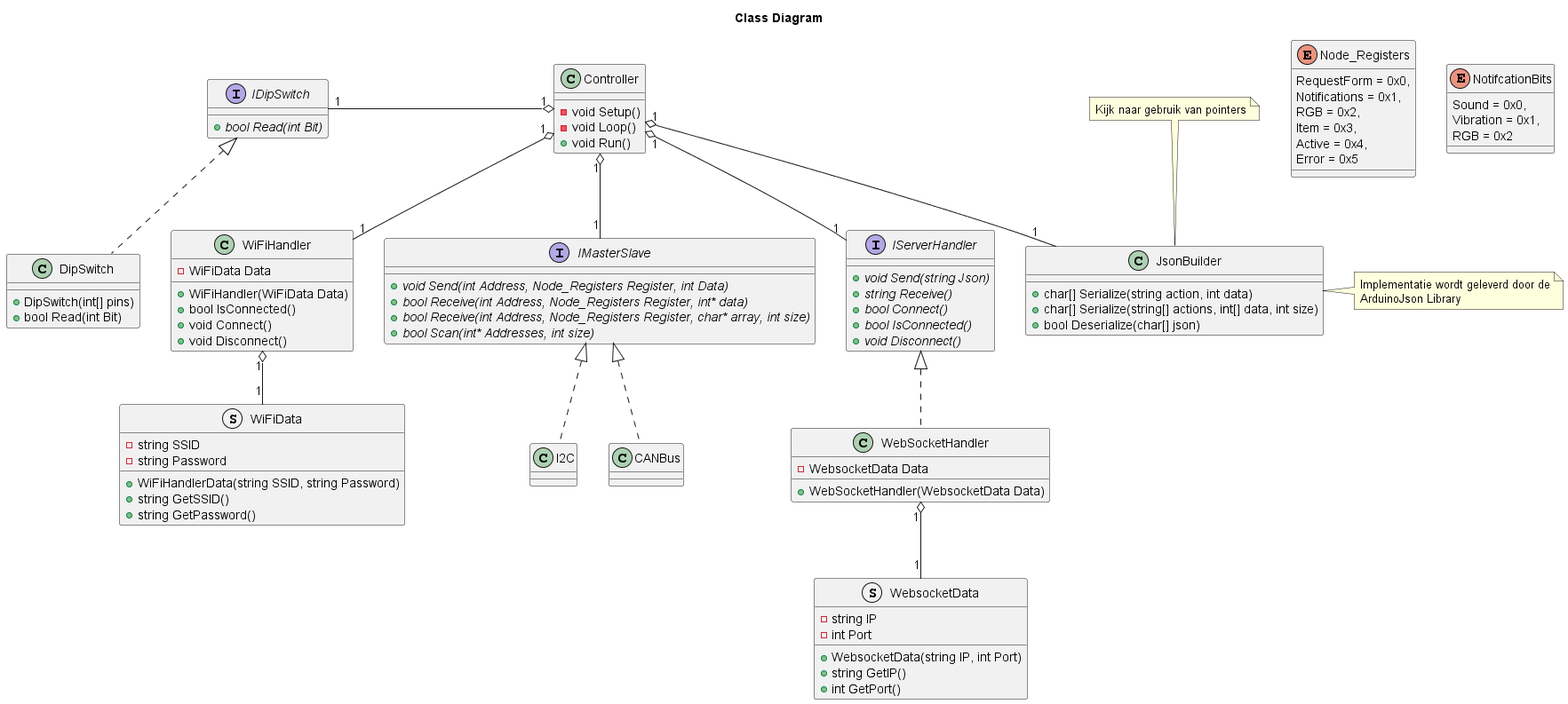
This is Designs/ESP-32/ClassDiagram.png from T3-FindIt/FindIt, a PlantUML export, as it was before one commit.
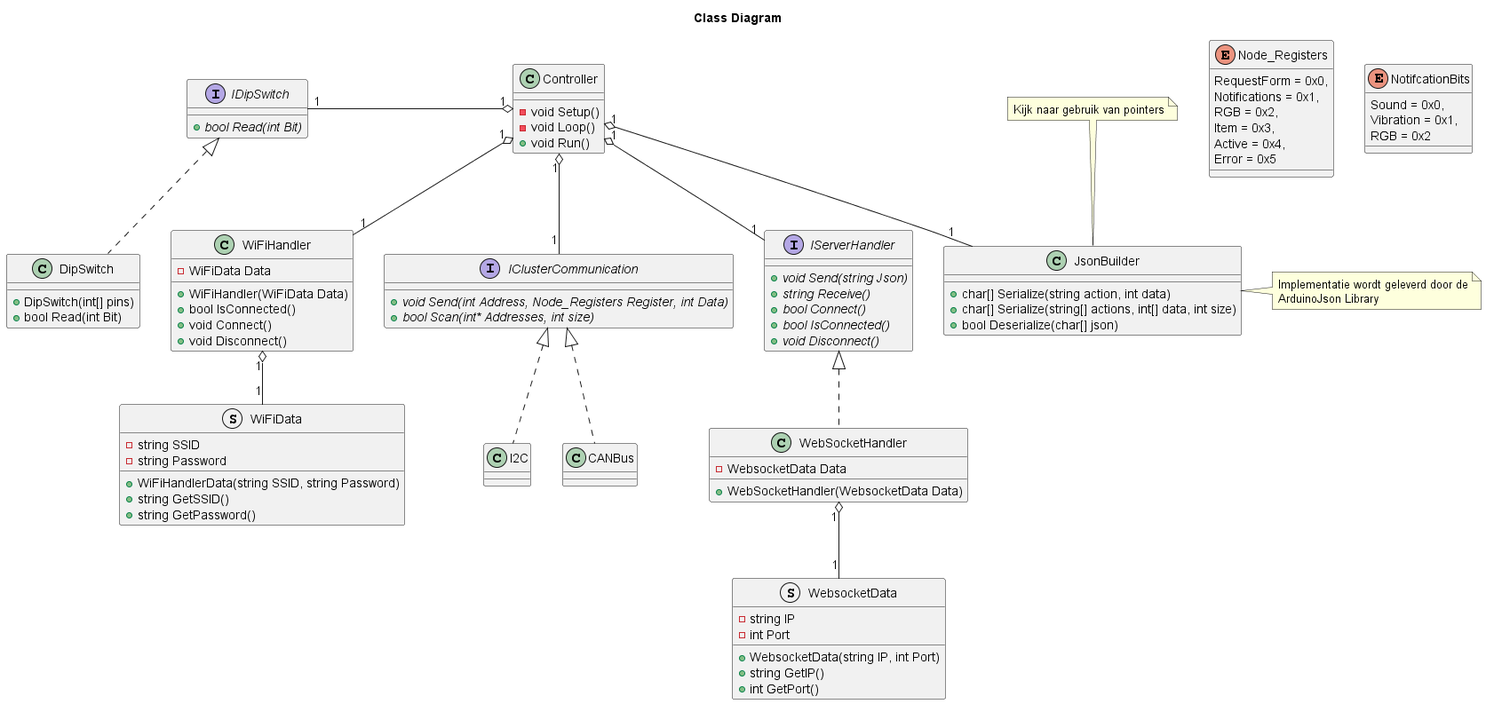
The same file after the commit.

Change to the diagram source:
```diff
@@ -64,11 +64,9 @@
 }
 
 
-Interface IMasterSlave
+Interface IClusterCommunication
 {
     {abstract} + void Send(int Address, Node_Registers Register, int Data)
-    {abstract} + bool Receive(int Address, Node_Registers Register, int* data)
-    {abstract} + bool Receive(int Address, Node_Registers Register, char* array, int size)
     {abstract} + bool Scan(int* Addresses, int size)
 }
 
@@ -103,13 +101,13 @@
 Class CANBus
 Class I2C
 
-IMasterSlave <|.. I2C
-IMasterSlave <|.. CANBus
+IClusterCommunication <|.. I2C
+IClusterCommunication <|.. CANBus
 IDipSwitch <|.. DipSwitch
 IServerHandler <|.. WebSocketHandler
 
 Controller "1" o-- "1" WiFiHandler
-Controller "1" o-- "1" IMasterSlave
+Controller "1" o-- "1" IClusterCommunication
 Controller "1" o-- "1" JsonBuilder
 Controller "1" o-left- "1" IDipSwitch
 Controller "1" o-- "1" IServerHandler
```
